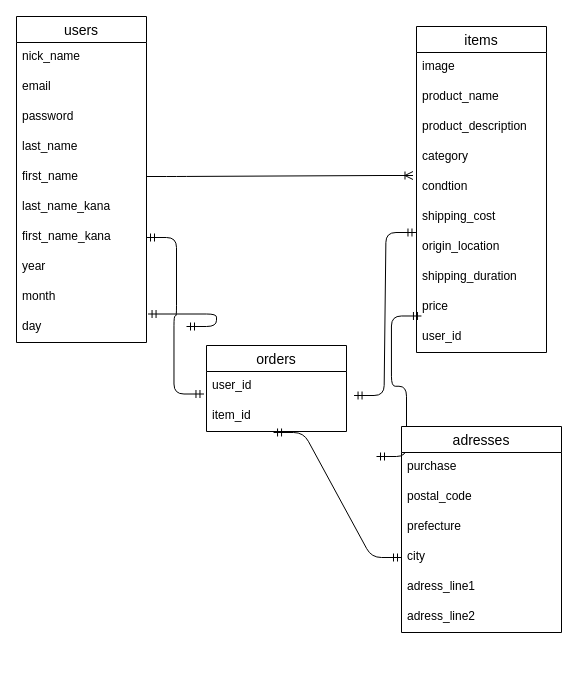
Before: furima.dio in koseki3104/furima-39437, a draw.io diagram. Source tidied: cells renumbered, new cells numbered last; positions are measured from the earlier drawing's top-left corner, leaving out a move shared by most shapes. Both pictures are drawn from the tidied source at 100%, with x=0, y=0 at pixel (16, 16).
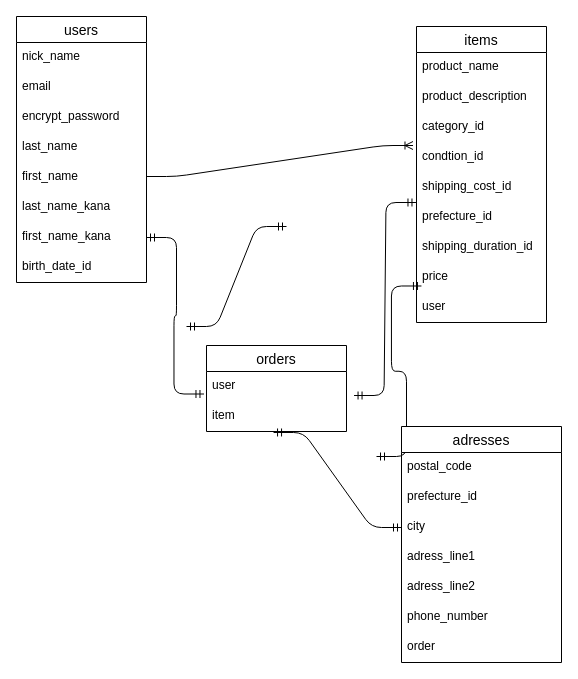
Above is the later version.

Commit message (it also covers changes not shown here):
データベース設計修正(2回目修正)

Unchanged cells that the change refers to:
```xml
<mxCell id="24" value="orders" style="swimlane;fontStyle=0;horizontal=1;startSize=26;align=center;fontSize=14;" parent="1" vertex="1">
  <mxGeometry x="190" y="329" width="140" height="86" as="geometry" />
</mxCell>
```

The edit, as a diff of the source:
```diff
@@
     <mxCell id="2" value="users" style="swimlane;fontStyle=0;horizontal=1;startSize=26;align=center;fontSize=14;" parent="1" vertex="1">
-      <mxGeometry width="130" height="326" as="geometry" />
+      <mxGeometry width="130" height="266" as="geometry" />
     </mxCell>
@@
-    <mxCell id="5" value="password" style="text;strokeColor=none;fillColor=none;spacingLeft=4;spacingRight=4;overflow=hidden;fontSize=12;" parent="2" vertex="1">
+    <mxCell id="5" value="encrypt_password" style="text;strokeColor=none;fillColor=none;spacingLeft=4;spacingRight=4;overflow=hidden;fontSize=12;" parent="2" vertex="1">
       <mxGeometry y="86" width="130" height="30" as="geometry" />
     </mxCell>
@@
-    <mxCell id="10" value="year" style="text;strokeColor=none;fillColor=none;spacingLeft=4;spacingRight=4;overflow=hidden;fontSize=12;" parent="2" vertex="1">
+    <mxCell id="10" value="birth_date_id" style="text;strokeColor=none;fillColor=none;spacingLeft=4;spacingRight=4;overflow=hidden;fontSize=12;" parent="2" vertex="1">
       <mxGeometry y="236" width="130" height="30" as="geometry" />
     </mxCell>
-    <mxCell id="11" value="month" style="text;strokeColor=none;fillColor=none;spacingLeft=4;spacingRight=4;overflow=hidden;fontSize=12;" parent="2" vertex="1">
-      <mxGeometry y="266" width="130" height="30" as="geometry" />
-    </mxCell>
-    <mxCell id="12" value="day" style="text;strokeColor=none;fillColor=none;spacingLeft=4;spacingRight=4;overflow=hidden;points=[[0,0.5],[1,0.5]];portConstraint=eastwest;fontSize=12;" parent="2" vertex="1">
-      <mxGeometry y="296" width="130" height="30" as="geometry" />
-    </mxCell>
     <mxCell id="13" value="items" style="swimlane;fontStyle=0;horizontal=1;startSize=26;align=center;fontSize=14;" parent="1" vertex="1">
-      <mxGeometry x="400" y="10" width="130" height="326" as="geometry" />
+      <mxGeometry x="400" y="10" width="130" height="296" as="geometry" />
     </mxCell>
-    <mxCell id="14" value="image" style="text;strokeColor=none;fillColor=none;spacingLeft=4;spacingRight=4;overflow=hidden;fontSize=12;" parent="13" vertex="1">
-      <mxGeometry y="26" width="130" height="30" as="geometry" />
-    </mxCell>
     <mxCell id="15" value="product_name" style="text;strokeColor=none;fillColor=none;spacingLeft=4;spacingRight=4;overflow=hidden;fontSize=12;" parent="13" vertex="1">
-      <mxGeometry y="56" width="130" height="30" as="geometry" />
+      <mxGeometry y="26" width="130" height="30" as="geometry" />
     </mxCell>
     <mxCell id="16" value="product_description" style="text;strokeColor=none;fillColor=none;spacingLeft=4;spacingRight=4;overflow=hidden;fontSize=12;" parent="13" vertex="1">
-      <mxGeometry y="86" width="130" height="30" as="geometry" />
+      <mxGeometry y="56" width="130" height="30" as="geometry" />
     </mxCell>
-    <mxCell id="17" value="category" style="text;strokeColor=none;fillColor=none;spacingLeft=4;spacingRight=4;overflow=hidden;fontSize=12;" parent="13" vertex="1">
-      <mxGeometry y="116" width="130" height="30" as="geometry" />
+    <mxCell id="17" value="category_id" style="text;strokeColor=none;fillColor=none;spacingLeft=4;spacingRight=4;overflow=hidden;fontSize=12;" parent="13" vertex="1">
+      <mxGeometry y="86" width="130" height="30" as="geometry" />
     </mxCell>
-    <mxCell id="18" value="condtion" style="text;strokeColor=none;fillColor=none;spacingLeft=4;spacingRight=4;overflow=hidden;points=[[0,0.5],[1,0.5]];portConstraint=eastwest;fontSize=12;" parent="13" vertex="1">
-      <mxGeometry y="146" width="130" height="30" as="geometry" />
+    <mxCell id="18" value="condtion_id" style="text;strokeColor=none;fillColor=none;spacingLeft=4;spacingRight=4;overflow=hidden;points=[[0,0.5],[1,0.5]];portConstraint=eastwest;fontSize=12;" parent="13" vertex="1">
+      <mxGeometry y="116" width="130" height="30" as="geometry" />
     </mxCell>
-    <mxCell id="19" value="shipping_cost" style="text;strokeColor=none;fillColor=none;spacingLeft=4;spacingRight=4;overflow=hidden;points=[[0,0.5],[1,0.5]];portConstraint=eastwest;fontSize=12;" parent="13" vertex="1">
-      <mxGeometry y="176" width="130" height="30" as="geometry" />
+    <mxCell id="19" value="shipping_cost_id" style="text;strokeColor=none;fillColor=none;spacingLeft=4;spacingRight=4;overflow=hidden;points=[[0,0.5],[1,0.5]];portConstraint=eastwest;fontSize=12;" parent="13" vertex="1">
+      <mxGeometry y="146" width="130" height="30" as="geometry" />
     </mxCell>
-    <mxCell id="20" value="origin_location" style="text;strokeColor=none;fillColor=none;spacingLeft=4;spacingRight=4;overflow=hidden;fontSize=12;" parent="13" vertex="1">
-      <mxGeometry y="206" width="130" height="30" as="geometry" />
+    <mxCell id="20" value="prefecture_id" style="text;strokeColor=none;fillColor=none;spacingLeft=4;spacingRight=4;overflow=hidden;fontSize=12;" parent="13" vertex="1">
+      <mxGeometry y="176" width="130" height="30" as="geometry" />
     </mxCell>
-    <mxCell id="21" value="shipping_duration" style="text;strokeColor=none;fillColor=none;spacingLeft=4;spacingRight=4;overflow=hidden;fontSize=12;" parent="13" vertex="1">
-      <mxGeometry y="236" width="130" height="30" as="geometry" />
+    <mxCell id="21" value="shipping_duration_id" style="text;strokeColor=none;fillColor=none;spacingLeft=4;spacingRight=4;overflow=hidden;fontSize=12;" parent="13" vertex="1">
+      <mxGeometry y="206" width="130" height="30" as="geometry" />
     </mxCell>
     <mxCell id="22" value="price" style="text;strokeColor=none;fillColor=none;spacingLeft=4;spacingRight=4;overflow=hidden;fontSize=12;" parent="13" vertex="1">
-      <mxGeometry y="266" width="130" height="30" as="geometry" />
+      <mxGeometry y="236" width="130" height="30" as="geometry" />
     </mxCell>
-    <mxCell id="23" value="user_id" style="text;strokeColor=none;fillColor=none;spacingLeft=4;spacingRight=4;overflow=hidden;points=[[0,0.5],[1,0.5]];portConstraint=eastwest;fontSize=12;" parent="13" vertex="1">
-      <mxGeometry y="296" width="130" height="30" as="geometry" />
+    <mxCell id="23" value="user" style="text;strokeColor=none;fillColor=none;spacingLeft=4;spacingRight=4;overflow=hidden;points=[[0,0.5],[1,0.5]];portConstraint=eastwest;fontSize=12;" parent="13" vertex="1">
+      <mxGeometry y="266" width="130" height="30" as="geometry" />
     </mxCell>
@@
-    <mxCell id="25" value="user_id" style="text;strokeColor=none;fillColor=none;spacingLeft=4;spacingRight=4;overflow=hidden;points=[[0,0.5],[1,0.5]];portConstraint=eastwest;fontSize=12;" parent="24" vertex="1">
+    <mxCell id="25" value="user" style="text;strokeColor=none;fillColor=none;spacingLeft=4;spacingRight=4;overflow=hidden;points=[[0,0.5],[1,0.5]];portConstraint=eastwest;fontSize=12;" parent="24" vertex="1">
       <mxGeometry y="26" width="140" height="30" as="geometry" />
     </mxCell>
-    <mxCell id="26" value="item_id" style="text;strokeColor=none;fillColor=none;spacingLeft=4;spacingRight=4;overflow=hidden;points=[[0,0.5],[1,0.5]];portConstraint=eastwest;fontSize=12;" parent="24" vertex="1">
+    <mxCell id="26" value="item" style="text;strokeColor=none;fillColor=none;spacingLeft=4;spacingRight=4;overflow=hidden;points=[[0,0.5],[1,0.5]];portConstraint=eastwest;fontSize=12;" parent="24" vertex="1">
       <mxGeometry y="56" width="140" height="30" as="geometry" />
     </mxCell>
@@
-    <mxCell id="29" style="edgeStyle=entityRelationEdgeStyle;fontSize=12;html=1;endArrow=ERmandOne;startArrow=ERmandOne;entryX=1.012;entryY=0.05;entryDx=0;entryDy=0;exitX=0.032;exitY=0.267;exitDx=0;exitDy=0;exitPerimeter=0;entryPerimeter=0;" parent="1" edge="1" target="12">
+    <mxCell id="29" style="edgeStyle=entityRelationEdgeStyle;fontSize=12;html=1;endArrow=ERmandOne;startArrow=ERmandOne;entryX=1.012;entryY=0.05;entryDx=0;entryDy=0;exitX=0.032;exitY=0.267;exitDx=0;exitDy=0;exitPerimeter=0;entryPerimeter=0;" parent="1" edge="1">
       <mxGeometry relative="1" as="geometry">
         <mxPoint x="170" y="310" as="sourcePoint" />
+        <mxPoint x="270" y="210" as="targetPoint" />
       </mxGeometry>
     </mxCell>
     <mxCell id="30" value="adresses" style="swimlane;fontStyle=0;horizontal=1;startSize=26;align=center;fontSize=14;" parent="1" vertex="1">
-      <mxGeometry x="385" y="410" width="160" height="206" as="geometry" />
+      <mxGeometry x="385" y="410" width="160" height="236" as="geometry" />
     </mxCell>
-    <mxCell id="31" value="purchase&#10;" style="text;strokeColor=none;fillColor=none;spacingLeft=4;spacingRight=4;overflow=hidden;fontSize=12;" parent="30" vertex="1">
-      <mxGeometry y="26" width="160" height="30" as="geometry" />
-    </mxCell>
     <mxCell id="32" value="postal_code" style="text;strokeColor=none;fillColor=none;spacingLeft=4;spacingRight=4;overflow=hidden;fontSize=12;" parent="30" vertex="1">
-      <mxGeometry y="56" width="160" height="30" as="geometry" />
+      <mxGeometry y="26" width="160" height="30" as="geometry" />
     </mxCell>
-    <mxCell id="33" value="prefecture" style="text;strokeColor=none;fillColor=none;spacingLeft=4;spacingRight=4;overflow=hidden;fontSize=12;" parent="30" vertex="1">
-      <mxGeometry y="86" width="160" height="30" as="geometry" />
+    <mxCell id="33" value="prefecture_id" style="text;strokeColor=none;fillColor=none;spacingLeft=4;spacingRight=4;overflow=hidden;fontSize=12;" parent="30" vertex="1">
+      <mxGeometry y="56" width="160" height="30" as="geometry" />
     </mxCell>
     <mxCell id="34" value="city" style="text;strokeColor=none;fillColor=none;spacingLeft=4;spacingRight=4;overflow=hidden;points=[[0,0.5],[1,0.5]];portConstraint=eastwest;fontSize=12;" parent="30" vertex="1">
-      <mxGeometry y="116" width="160" height="30" as="geometry" />
+      <mxGeometry y="86" width="160" height="30" as="geometry" />
     </mxCell>
     <mxCell id="35" value="adress_line1" style="text;strokeColor=none;fillColor=none;spacingLeft=4;spacingRight=4;overflow=hidden;fontSize=12;" parent="30" vertex="1">
-      <mxGeometry y="146" width="160" height="30" as="geometry" />
+      <mxGeometry y="116" width="160" height="30" as="geometry" />
     </mxCell>
     <mxCell id="36" value="adress_line2" style="text;strokeColor=none;fillColor=none;spacingLeft=4;spacingRight=4;overflow=hidden;fontSize=12;" parent="30" vertex="1">
-      <mxGeometry y="176" width="160" height="30" as="geometry" />
+      <mxGeometry y="146" width="160" height="30" as="geometry" />
     </mxCell>
+    <mxCell id="40" value="phone_number" style="text;strokeColor=none;fillColor=none;spacingLeft=4;spacingRight=4;overflow=hidden;fontSize=12;" parent="30" vertex="1">
+      <mxGeometry y="176" width="160" height="30" as="geometry" />
+    </mxCell>
+    <mxCell id="41" value="order" style="text;strokeColor=none;fillColor=none;spacingLeft=4;spacingRight=4;overflow=hidden;fontSize=12;" parent="30" vertex="1">
+      <mxGeometry y="206" width="160" height="30" as="geometry" />
+    </mxCell>
```
